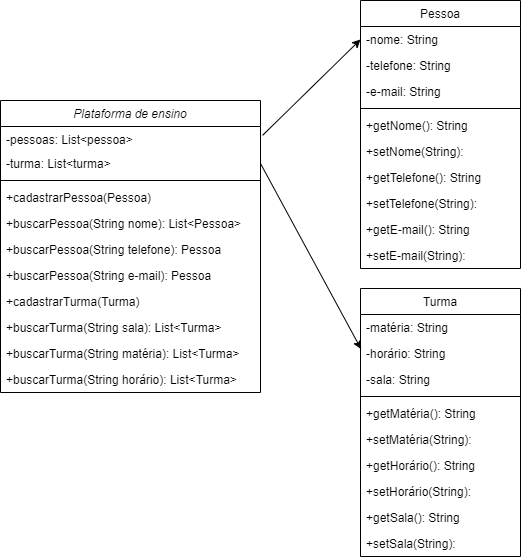
Gabriel-Coutinho0/BERTOTI keeps this draw.io diagram as Engenharia 1/exercício 02.drawio.png. Above is the earlier version. Source tidied: cells renumbered, new cells last; positions are measured from the earlier drawing's top-left corner, leaving out a move shared by most shapes.
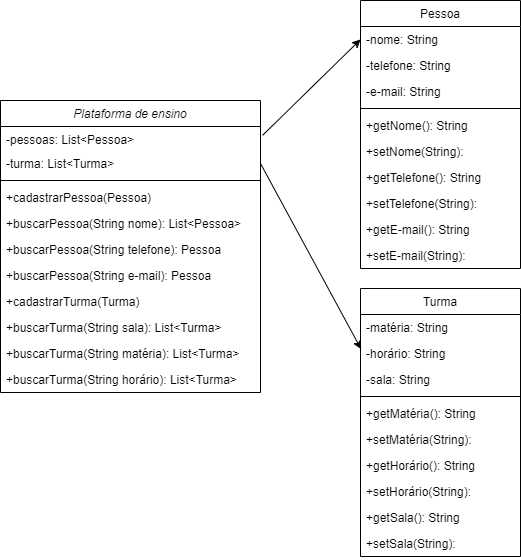
The same diagram one commit later.

The edit, as a diff of the source:
```diff
@@ -5,10 +5,10 @@
     <mxCell id="2" value="Plataforma de ensino" style="swimlane;fontStyle=2;align=center;verticalAlign=top;horizontal=1;startSize=26;rounded=0;shadow=0;strokeWidth=1;" parent="1" vertex="1">
       <mxGeometry y="100" width="260" height="292" as="geometry" />
     </mxCell>
-    <mxCell id="3" value="-pessoas: List&lt;pessoa&gt;    " style="text;align=left;verticalAlign=top;spacingLeft=4;spacingRight=4;overflow=hidden;points=[[0,0.5],[1,0.5]];portConstraint=eastwest;" parent="2" vertex="1">
+    <mxCell id="3" value="-pessoas: List&lt;Pessoa&gt;    " style="text;align=left;verticalAlign=top;spacingLeft=4;spacingRight=4;overflow=hidden;points=[[0,0.5],[1,0.5]];portConstraint=eastwest;" parent="2" vertex="1">
       <mxGeometry y="26" width="260" height="24" as="geometry" />
     </mxCell>
-    <mxCell id="4" value="-turma: List&lt;turma&gt;" style="text;align=left;verticalAlign=top;spacingLeft=4;spacingRight=4;overflow=hidden;points=[[0,0.5],[1,0.5]];portConstraint=eastwest;rounded=0;shadow=0;html=0;" parent="2" vertex="1">
+    <mxCell id="4" value="-turma: List&lt;Turma&gt;" style="text;align=left;verticalAlign=top;spacingLeft=4;spacingRight=4;overflow=hidden;points=[[0,0.5],[1,0.5]];portConstraint=eastwest;rounded=0;shadow=0;html=0;" parent="2" vertex="1">
       <mxGeometry y="50" width="260" height="26" as="geometry" />
     </mxCell>
     <mxCell id="5" style="line;html=1;strokeWidth=1;align=left;verticalAlign=middle;spacingTop=-1;spacingLeft=3;spacingRight=3;labelPosition=right;" parent="2" vertex="1">
```
